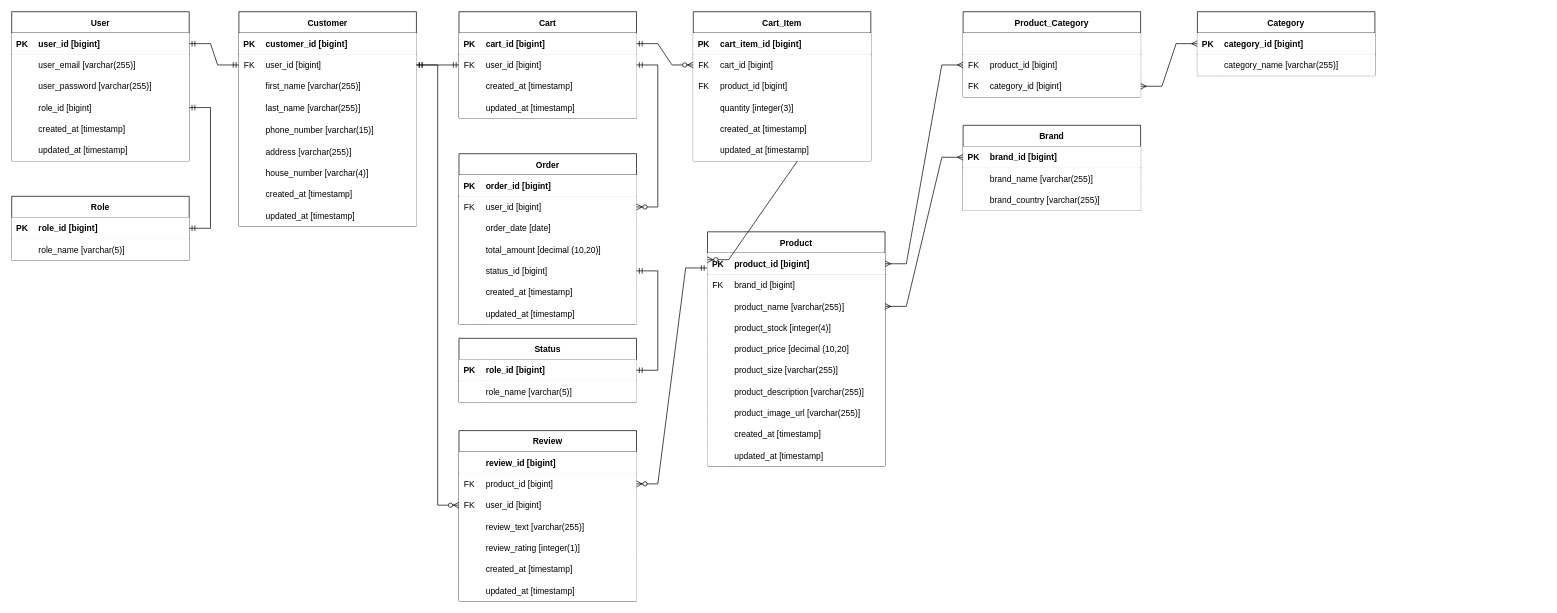
The draw.io diagram page "ERD" (1 of 2) of docs/Lumina_ERD.drawio in nicholasreinaldo/LuminaEcommerce, before the edit. Source tidied: cells renumbered, new cells numbered last; positions are measured from the earlier drawing's top-left corner, leaving out a move shared by most shapes. Both pictures are drawn from the tidied source at 71%, with x=0, y=0 at pixel (11, 11).
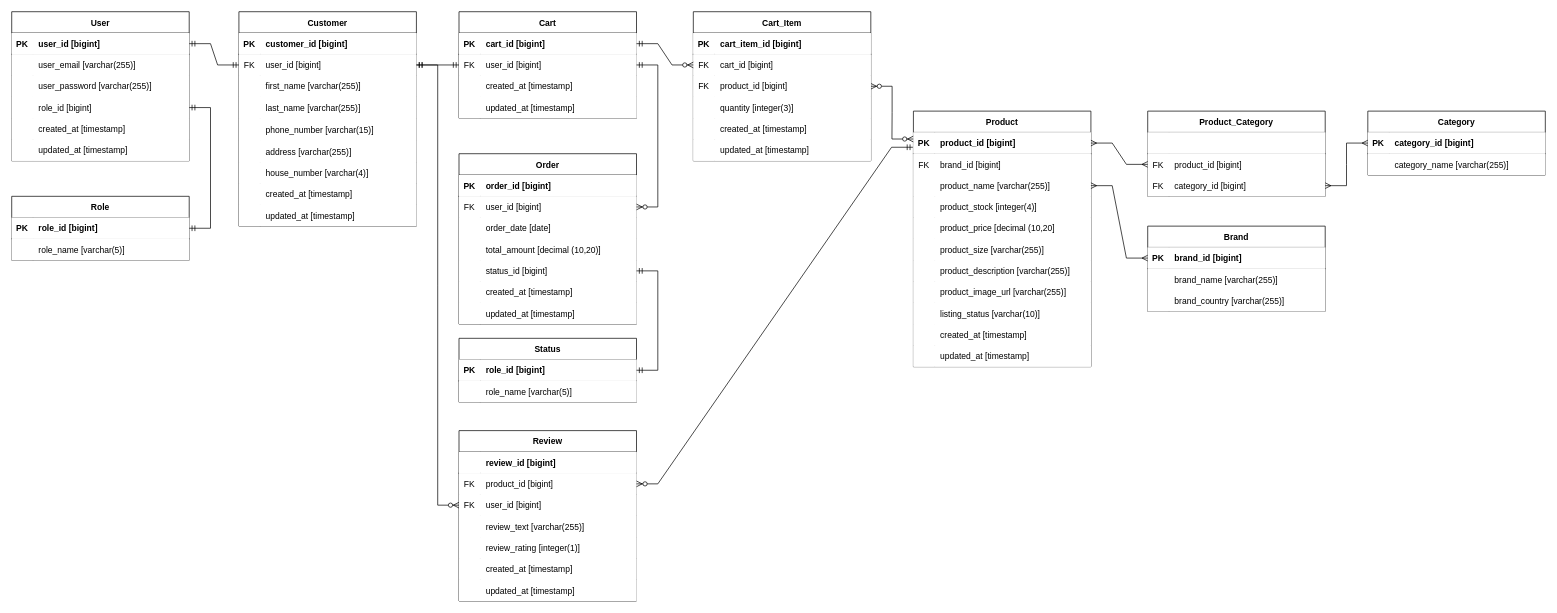
After the change.

The change refers to these unchanged cells:
```xml
<mxCell id="31" style="shape=partialRectangle;fillColor=#FFFFFF;points=[[0,0.5],[1,0.5]];portConstraint=eastwest;top=0;left=0;right=0;bottom=1;" parent="30" vertex="1">
  <mxGeometry y="30" width="250" height="30" as="geometry" />
</mxCell>
<mxCell id="196" style="shape=partialRectangle;fillColor=#FFFFFF;points=[[0,0.5],[1,0.5]];portConstraint=eastwest;top=0;left=0;right=0;bottom=0;" parent="189" vertex="1">
  <mxGeometry y="90" width="250" height="30" as="geometry" />
</mxCell>
```

Diff of the diagram source:
```diff
@@
     <mxCell id="30" value="Product" style="shape=table;startSize=30;childLayout=tableLayout;rowLines=0;fontStyle=1;align=center;fillColor=#FFFFFF;" parent="1" vertex="1">
-      <mxGeometry x="980" y="310" width="250" height="330" as="geometry" />
+      <mxGeometry x="1270" y="140" width="250" height="360" as="geometry" />
     </mxCell>
@@
+    <mxCell id="209" style="shape=partialRectangle;fillColor=#FFFFFF;top=0;left=0;right=0;bottom=0;" parent="30" vertex="1">
+      <mxGeometry y="270" width="250" height="30" as="geometry" />
+    </mxCell>
+    <mxCell id="210" style="shape=partialRectangle;overflow=hidden;fillColor=#FFFFFF;top=0;left=0;bottom=0;right=0;" parent="209" vertex="1">
+      <mxGeometry width="30" height="30" as="geometry" />
+    </mxCell>
+    <mxCell id="211" value="listing_status [varchar(10)]" style="shape=partialRectangle;overflow=hidden;fillColor=#FFFFFF;top=0;left=0;bottom=0;right=0;align=left;spacingLeft=6;" parent="209" vertex="1">
+      <mxGeometry x="30" width="220" height="30" as="geometry" />
+    </mxCell>
     <mxCell id="55" style="shape=partialRectangle;fillColor=#FFFFFF;top=0;left=0;right=0;bottom=0;" parent="30" vertex="1">
-      <mxGeometry y="270" width="250" height="30" as="geometry" />
+      <mxGeometry y="300" width="250" height="30" as="geometry" />
     </mxCell>
@@
     <mxCell id="58" style="shape=partialRectangle;fillColor=#FFFFFF;top=0;left=0;right=0;bottom=0;" parent="30" vertex="1">
-      <mxGeometry y="300" width="250" height="30" as="geometry" />
+      <mxGeometry y="330" width="250" height="30" as="geometry" />
     </mxCell>
@@
     <mxCell id="81" value="Category" style="shape=table;startSize=30;childLayout=tableLayout;rowLines=0;fontStyle=1;align=center;fillColor=#FFFFFF;" parent="1" vertex="1">
-      <mxGeometry x="1670" width="250" height="90" as="geometry" />
+      <mxGeometry x="1910" y="140" width="250" height="90" as="geometry" />
     </mxCell>
@@
     <mxCell id="88" value="Product_Category" style="shape=table;startSize=30;childLayout=tableLayout;rowLines=0;fontStyle=1;align=center;fillColor=#FFFFFF;" parent="1" vertex="1">
-      <mxGeometry x="1340" width="250" height="120" as="geometry" />
+      <mxGeometry x="1600" y="140" width="250" height="120" as="geometry" />
     </mxCell>
@@
     <mxCell id="122" value="Brand" style="shape=table;startSize=30;childLayout=tableLayout;rowLines=0;fontStyle=1;align=center;fillColor=#FFFFFF;" parent="1" vertex="1">
-      <mxGeometry x="1340" y="160" width="250" height="120" as="geometry" />
+      <mxGeometry x="1600" y="302" width="250" height="120" as="geometry" />
     </mxCell>
@@
     <mxCell id="171" style="edgeStyle=entityRelationEdgeStyle;fontSize=12;html=1;endArrow=ERzeroToMany;endFill=1;startArrow=ERzeroToMany;rounded=0;exitX=1;exitY=0.5;exitDx=0;exitDy=0;entryX=-0.001;entryY=0.31;entryDx=0;entryDy=0;entryPerimeter=0;" parent="1" edge="1" source="196" target="31">
       <mxGeometry relative="1" as="geometry">
         <Array as="points">
           <mxPoint x="1240" y="160" />
-          <mxPoint x="940" y="230" />
           <mxPoint x="1290" y="160" />
         </Array>
       </mxGeometry>
     </mxCell>
```
